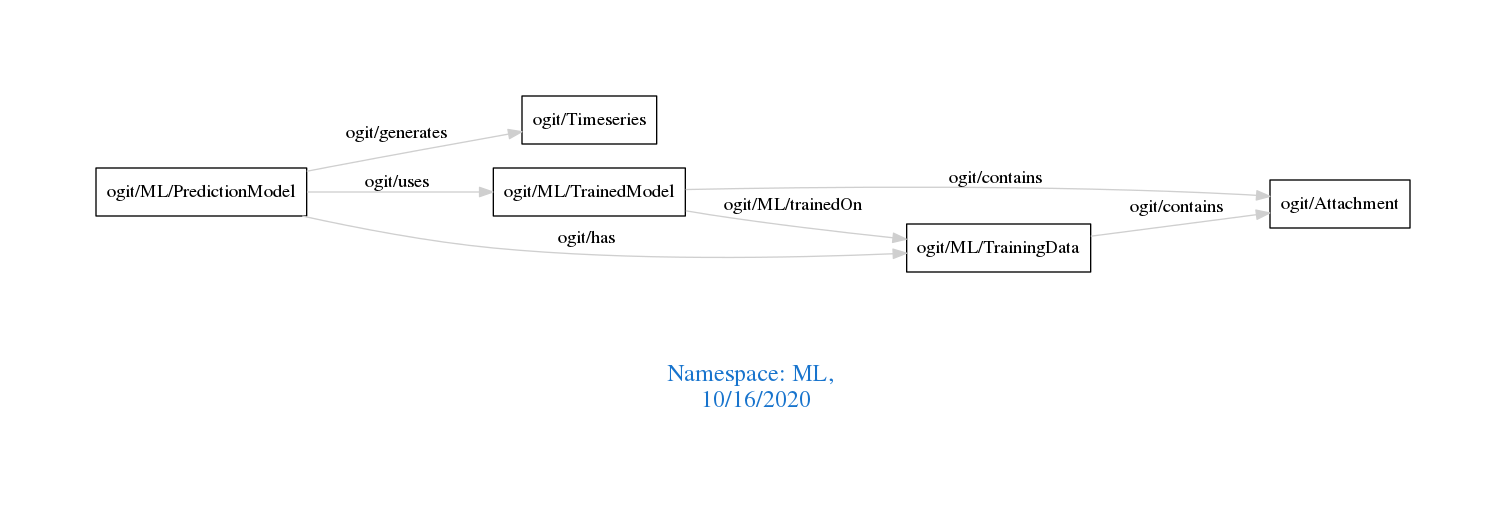
Before: downloads/ML.png, a diagram exported from Graphviz (arago/OGIT). Its source is kept beside it as downloads/ML.dot.
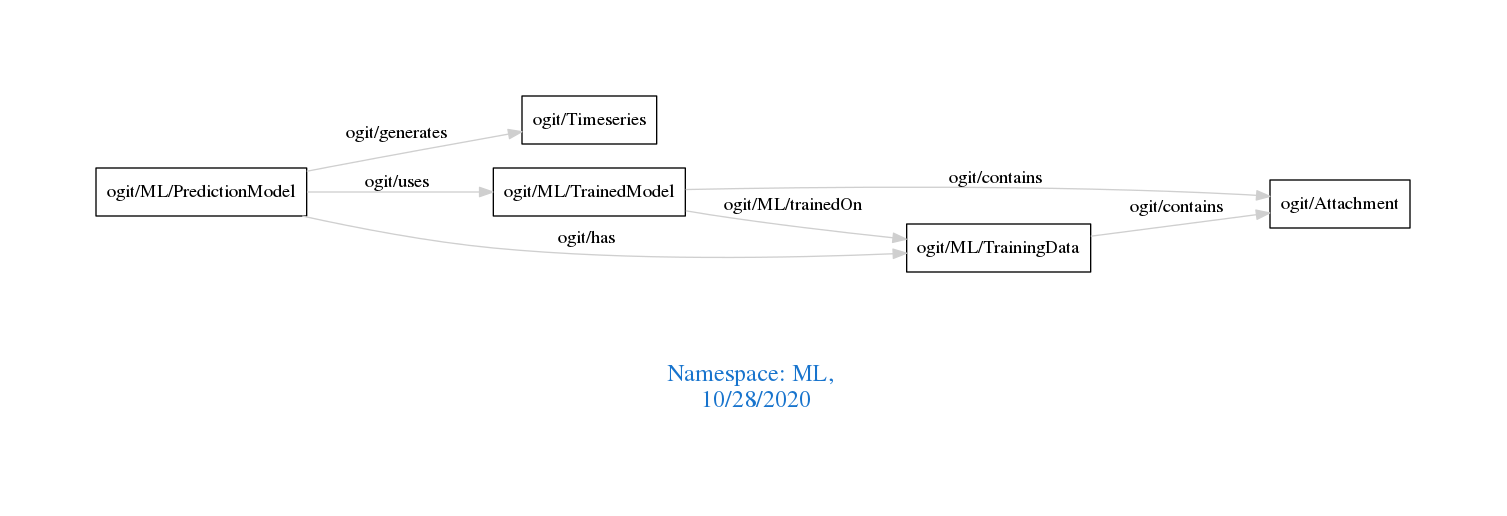
The same diagram one commit later.

Change to the diagram source:
```diff
@@ -1,7 +1,7 @@
 digraph OGIT_ontology {
  graph [ rankdir= LR,pad=1
 fontsize = 18,
-fontcolor= dodgerblue3,label = "\n\n\nNamespace: ML, \n 10/16/2020"];
+fontcolor= dodgerblue3,label = "\n\n\nNamespace: ML, \n 10/28/2020"];
 node[shape=polygon];
 edge [  color="gray81"];
 
```
